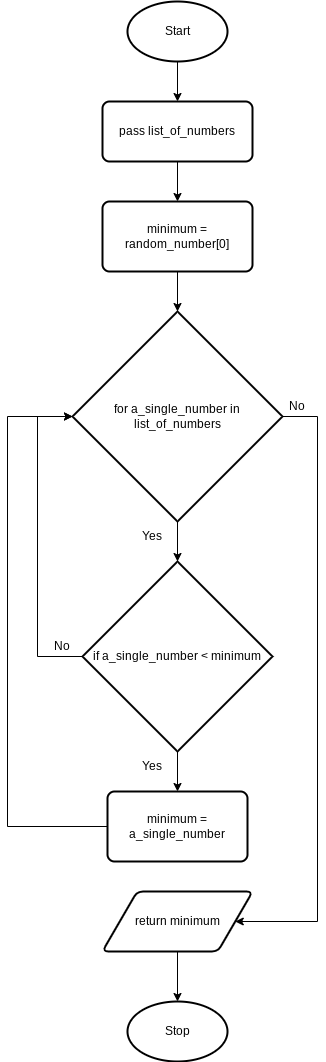
This is design.minimum.flowchart.png from Yiyun-Qin/ICS3U-Unit6-03-Python, a draw.io export, as it was before one commit. Source tidied: cells renumbered, new cells last; positions are measured from the earlier drawing's top-left corner, leaving out a move shared by most shapes.
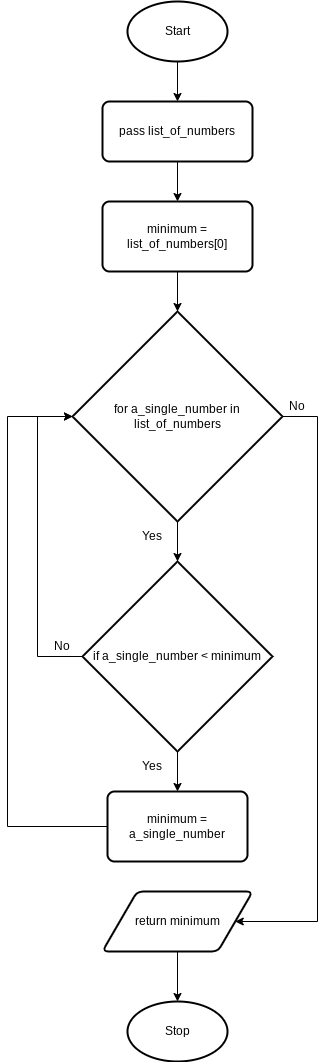
Above is the later version.

Diff of the diagram source:
```diff
@@ -20,7 +20,7 @@
     <mxCell id="7" style="edgeStyle=none;html=1;exitX=0.5;exitY=1;exitDx=0;exitDy=0;entryX=0.5;entryY=0;entryDx=0;entryDy=0;entryPerimeter=0;" parent="1" edge="1" source="8" target="11">
       <mxGeometry relative="1" as="geometry" />
     </mxCell>
-    <mxCell id="8" value="minimum = random_number[0]" style="rounded=1;whiteSpace=wrap;html=1;absoluteArcSize=1;arcSize=14;strokeWidth=2;" parent="1" vertex="1">
+    <mxCell id="8" value="minimum = list_of_numbers[0]" style="rounded=1;whiteSpace=wrap;html=1;absoluteArcSize=1;arcSize=14;strokeWidth=2;" parent="1" vertex="1">
       <mxGeometry x="95" y="200" width="150" height="70" as="geometry" />
     </mxCell>
     <mxCell id="9" style="edgeStyle=none;html=1;exitX=0.5;exitY=1;exitDx=0;exitDy=0;exitPerimeter=0;entryX=0.5;entryY=0;entryDx=0;entryDy=0;entryPerimeter=0;" parent="1" edge="1" source="11" target="14">
```
